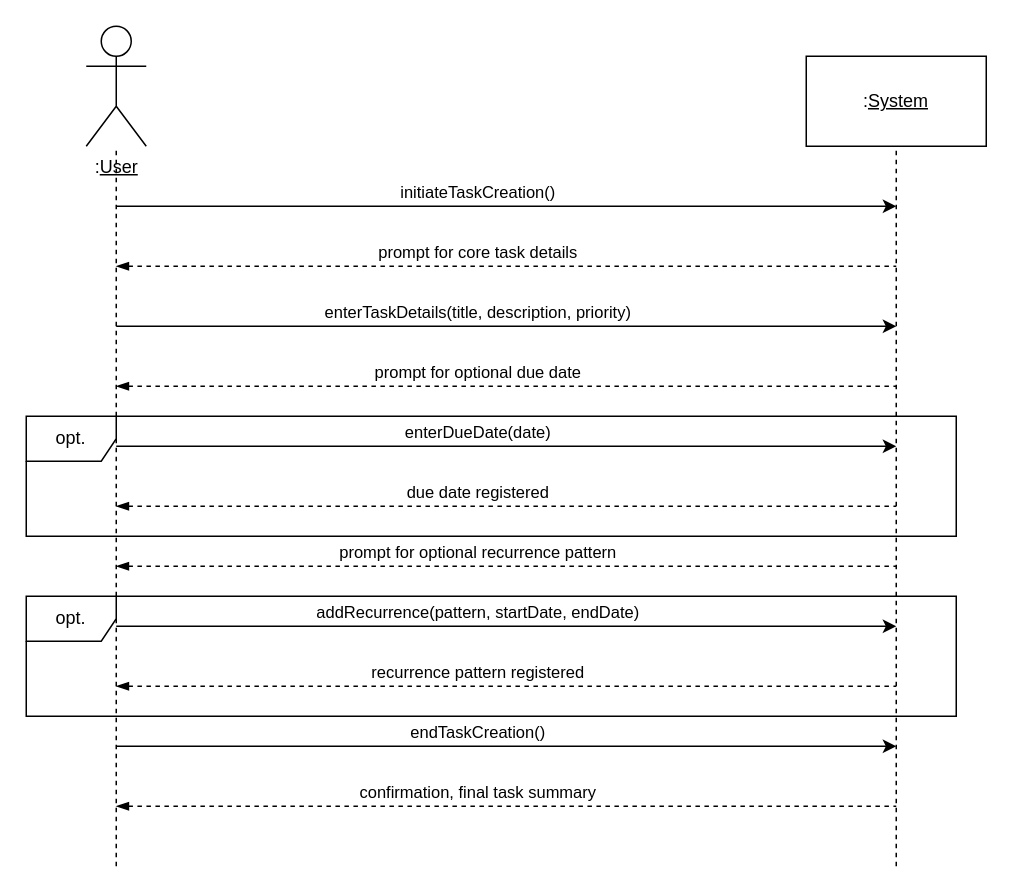
This is diagrams/sequence_diagrams/createTask() Sequence Diagram.drawio from wmbx-28/SOEN342_Project, a draw.io file, before an edit. Source tidied: cells renumbered, new cells numbered last; positions are measured from the earlier drawing's top-left corner, leaving out a move shared by most shapes. Both pictures are drawn from the tidied source at 150%, with x=0, y=0 at pixel (26, 26).
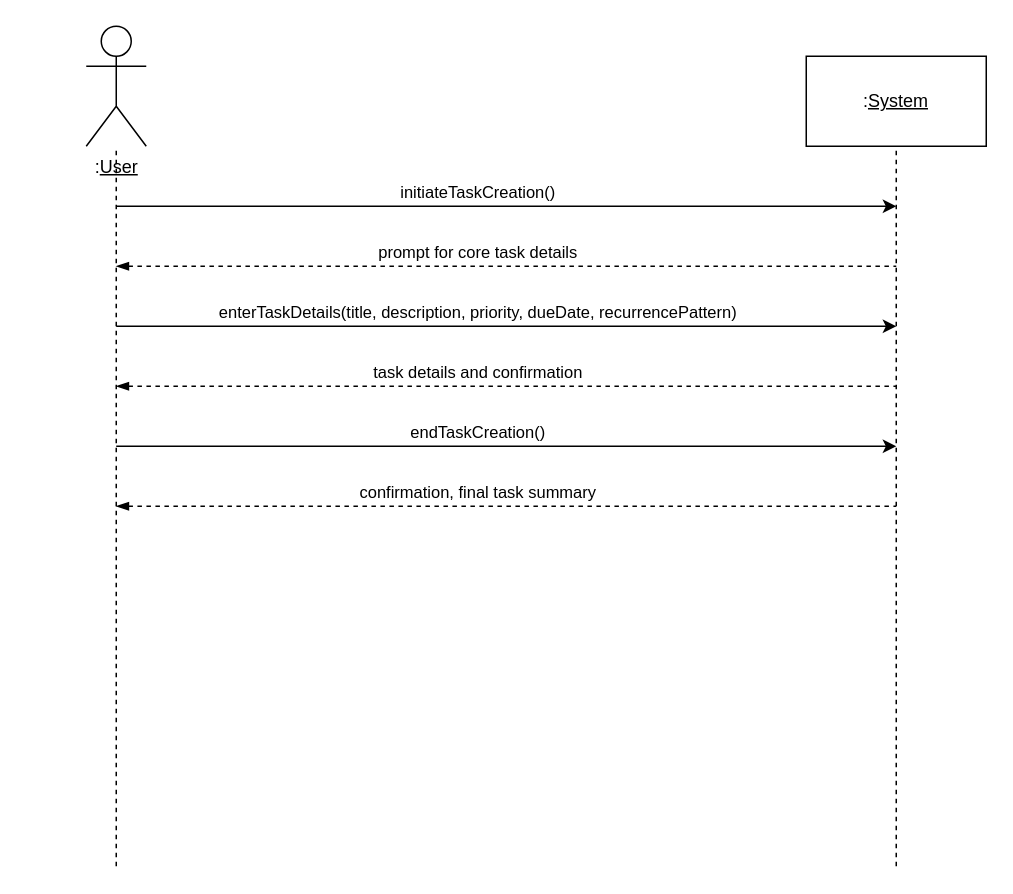
The same diagram, later.

The change refers to these unchanged cells:
```xml
<mxCell id="11" style="endArrow=classic;html=1;rounded=0;" parent="1" edge="1">
  <mxGeometry relative="1" as="geometry">
    <mxPoint x="60" y="200" as="sourcePoint" />
    <mxPoint x="580" y="200" as="targetPoint" />
  </mxGeometry>
</mxCell>
```

Diff of the diagram source:
```diff
@@
-    <mxCell id="10" value="opt." style="shape=umlFrame;whiteSpace=wrap;html=1;" parent="1" vertex="1">
-      <mxGeometry y="380" width="620" height="80" as="geometry" />
-    </mxCell>
@@
-    <mxCell id="12" value="enterTaskDetails(title, description, priority)" style="edgeLabel;html=1;align=center;verticalAlign=middle;" parent="11" vertex="1">
+    <mxCell id="12" value="enterTaskDetails(title, description, priority, dueDate, recurrencePattern)" style="edgeLabel;html=1;align=center;verticalAlign=middle;" parent="11" vertex="1">
       <mxGeometry x="-0.03" relative="1" as="geometry">
         <mxPoint x="-12" y="-10" as="offset" />
       </mxGeometry>
     </mxCell>
-    <mxCell id="13" style="endArrow=none;dashed=1;html=1;rounded=0;startArrow=blockThin;startFill=1;" parent="1" edge="1">
-      <mxGeometry relative="1" as="geometry">
-        <mxPoint x="60" y="360" as="sourcePoint" />
-        <mxPoint x="580" y="360" as="targetPoint" />
-      </mxGeometry>
-    </mxCell>
-    <mxCell id="14" value="prompt for optional recurrence pattern" style="edgeLabel;html=1;align=center;verticalAlign=middle;" parent="13" vertex="1">
-      <mxGeometry x="-0.19" y="3" relative="1" as="geometry">
-        <mxPoint x="29" y="-7" as="offset" />
-      </mxGeometry>
-    </mxCell>
-    <mxCell id="15" style="endArrow=classic;html=1;rounded=0;" parent="1" edge="1">
-      <mxGeometry relative="1" as="geometry">
-        <mxPoint x="60" y="400" as="sourcePoint" />
-        <mxPoint x="580" y="400" as="targetPoint" />
-      </mxGeometry>
-    </mxCell>
-    <mxCell id="16" value="addRecurrence(pattern, startDate, endDate)" style="edgeLabel;html=1;align=center;verticalAlign=middle;" parent="15" vertex="1">
-      <mxGeometry x="-0.03" relative="1" as="geometry">
-        <mxPoint x="-12" y="-10" as="offset" />
-      </mxGeometry>
-    </mxCell>
-    <mxCell id="17" style="endArrow=none;dashed=1;html=1;rounded=0;startArrow=blockThin;startFill=1;" parent="1" edge="1">
-      <mxGeometry relative="1" as="geometry">
-        <mxPoint x="60" y="440" as="sourcePoint" />
-        <mxPoint x="580" y="440" as="targetPoint" />
-      </mxGeometry>
-    </mxCell>
-    <mxCell id="18" value="recurrence pattern registered" style="edgeLabel;html=1;align=center;verticalAlign=middle;" parent="17" vertex="1">
-      <mxGeometry x="-0.19" y="3" relative="1" as="geometry">
-        <mxPoint x="29" y="-7" as="offset" />
-      </mxGeometry>
-    </mxCell>
-    <mxCell id="19" style="endArrow=none;dashed=1;html=1;rounded=0;startArrow=blockThin;startFill=1;" parent="1" edge="1">
-      <mxGeometry relative="1" as="geometry">
-        <mxPoint x="60" y="240" as="sourcePoint" />
-        <mxPoint x="580" y="240" as="targetPoint" />
-      </mxGeometry>
-    </mxCell>
-    <mxCell id="20" value="prompt for optional due date" style="edgeLabel;html=1;align=center;verticalAlign=middle;" parent="19" vertex="1">
-      <mxGeometry x="-0.19" y="3" relative="1" as="geometry">
-        <mxPoint x="29" y="-7" as="offset" />
-      </mxGeometry>
-    </mxCell>
-    <mxCell id="21" style="endArrow=classic;html=1;rounded=0;" parent="1" edge="1">
-      <mxGeometry relative="1" as="geometry">
-        <mxPoint x="60" y="280" as="sourcePoint" />
-        <mxPoint x="580" y="280" as="targetPoint" />
-      </mxGeometry>
-    </mxCell>
-    <mxCell id="22" value="enterDueDate(date)" style="edgeLabel;html=1;align=center;verticalAlign=middle;" parent="21" vertex="1">
-      <mxGeometry x="-0.03" relative="1" as="geometry">
-        <mxPoint x="-12" y="-10" as="offset" />
-      </mxGeometry>
-    </mxCell>
-    <mxCell id="23" style="endArrow=none;dashed=1;html=1;rounded=0;startArrow=blockThin;startFill=1;" parent="1" edge="1">
-      <mxGeometry relative="1" as="geometry">
-        <mxPoint x="60" y="320" as="sourcePoint" />
-        <mxPoint x="580" y="320" as="targetPoint" />
-      </mxGeometry>
-    </mxCell>
-    <mxCell id="24" value="due date registered" style="edgeLabel;html=1;align=center;verticalAlign=middle;" parent="23" vertex="1">
-      <mxGeometry x="-0.19" y="3" relative="1" as="geometry">
-        <mxPoint x="29" y="-7" as="offset" />
-      </mxGeometry>
-    </mxCell>
-    <mxCell id="25" value="opt." style="shape=umlFrame;whiteSpace=wrap;html=1;" parent="1" vertex="1">
-      <mxGeometry y="260" width="620" height="80" as="geometry" />
-    </mxCell>
     <mxCell id="26" style="endArrow=classic;html=1;rounded=0;" parent="1" edge="1">
       <mxGeometry relative="1" as="geometry">
-        <mxPoint x="60" y="480" as="sourcePoint" />
-        <mxPoint x="580" y="480" as="targetPoint" />
+        <mxPoint x="60" y="280" as="sourcePoint" />
+        <mxPoint x="580" y="280" as="targetPoint" />
       </mxGeometry>
     </mxCell>
@@
     <mxCell id="28" style="endArrow=none;dashed=1;html=1;rounded=0;startArrow=blockThin;startFill=1;" parent="1" edge="1">
       <mxGeometry relative="1" as="geometry">
-        <mxPoint x="60" y="520" as="sourcePoint" />
-        <mxPoint x="580" y="520" as="targetPoint" />
+        <mxPoint x="60" y="320" as="sourcePoint" />
+        <mxPoint x="580" y="320" as="targetPoint" />
       </mxGeometry>
     </mxCell>
@@
+    <mxCell id="30" style="endArrow=none;dashed=1;html=1;rounded=0;startArrow=blockThin;startFill=1;" parent="1" edge="1">
+      <mxGeometry relative="1" as="geometry">
+        <mxPoint x="60" y="240" as="sourcePoint" />
+        <mxPoint x="580" y="240" as="targetPoint" />
+      </mxGeometry>
+    </mxCell>
+    <mxCell id="31" value="task details and confirmation" style="edgeLabel;html=1;align=center;verticalAlign=middle;" parent="30" vertex="1">
+      <mxGeometry x="-0.19" y="3" relative="1" as="geometry">
+        <mxPoint x="29" y="-7" as="offset" />
+      </mxGeometry>
+    </mxCell>
```
